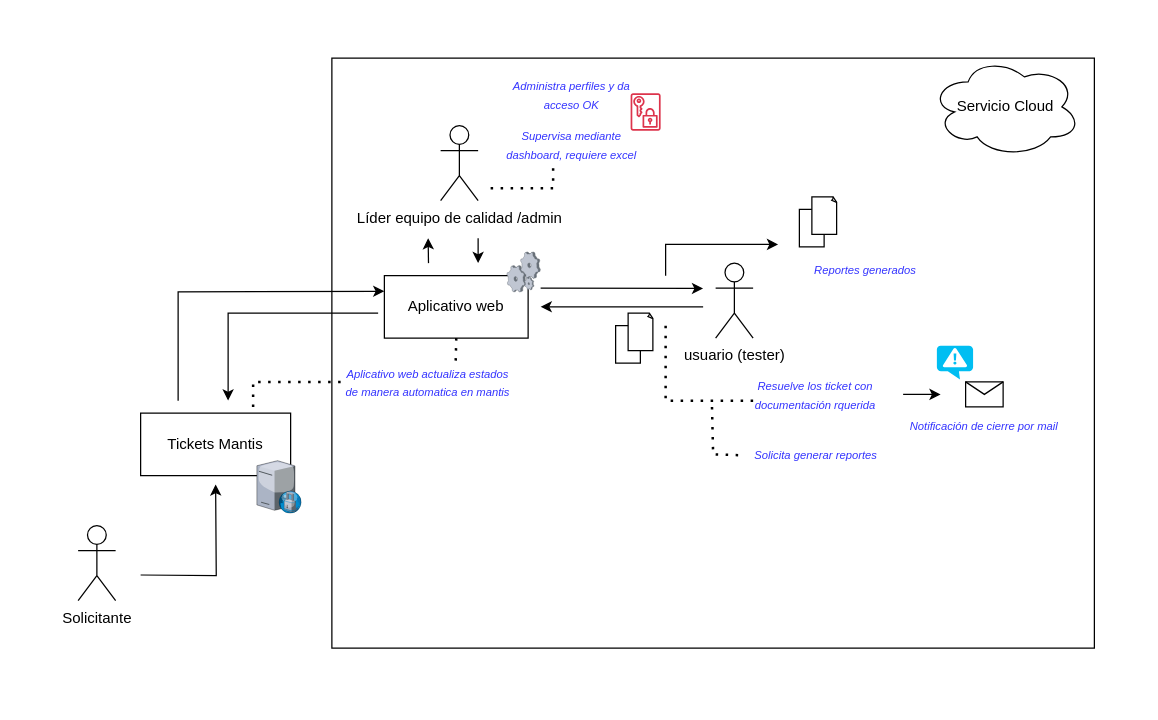
Above: propuesta_sol/PropSol.drawio in fguzman3/diagramas (draw.io), before the change. Source tidied: cells renumbered, new cells numbered last; positions are measured from the earlier drawing's top-left corner, leaving out a move shared by most shapes. Both pictures are drawn from the tidied source at 125%, with x=0, y=0 at pixel (78, 56).
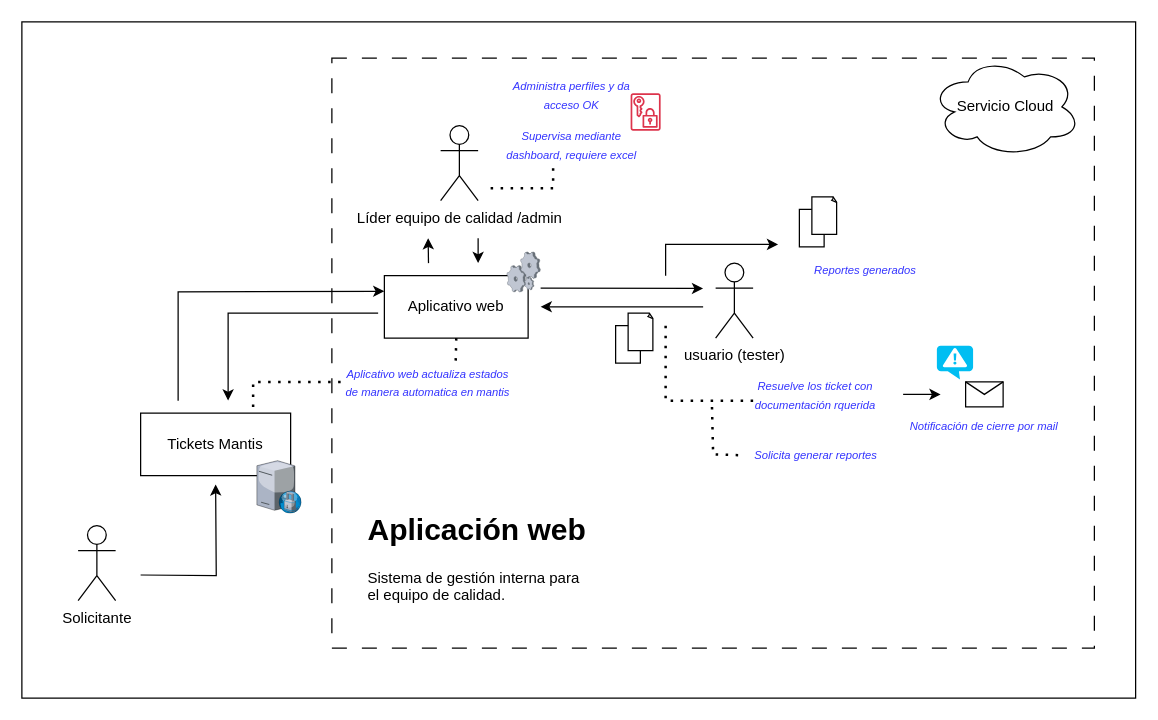
The same diagram, later.

What changed in the source:
```diff
@@
+    <mxCell id="41" style="rounded=0;whiteSpace=wrap;html=1;fillColor=none;strokeColor=default;" parent="1" vertex="1">
+      <mxGeometry x="-45" y="-28" width="891" height="541" as="geometry" />
+    </mxCell>
-    <mxCell id="2" style="verticalLabelPosition=bottom;verticalAlign=top;html=1;shape=mxgraph.basic.rect;fillColor2=none;strokeWidth=1;size=20;indent=5;fillColor=none;" parent="1" vertex="1">
+    <mxCell id="2" style="verticalLabelPosition=bottom;verticalAlign=top;html=1;shape=mxgraph.basic.rect;fillColor2=none;strokeWidth=1;size=20;indent=5;fillColor=none;perimeterSpacing=1;dashed=1;dashPattern=12 12;" parent="1" vertex="1">
       <mxGeometry x="203" y="1" width="610" height="472" as="geometry" />
     </mxCell>
@@
+    <mxCell id="42" value="&lt;h1 style=&quot;margin-top: 0px;&quot;&gt;Aplicación web&lt;/h1&gt;&lt;p&gt;Sistema de gestión interna para el equipo de calidad.&lt;/p&gt;" style="text;html=1;whiteSpace=wrap;overflow=hidden;rounded=0;" parent="1" vertex="1">
+      <mxGeometry x="230" y="358" width="180" height="80" as="geometry" />
+    </mxCell>
```
